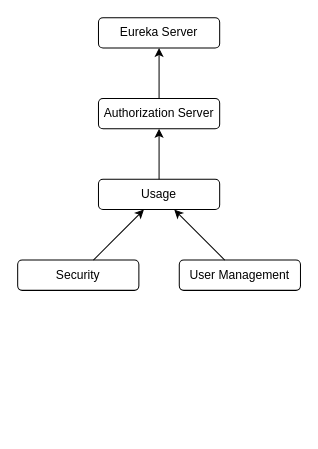
Above: docs/startup-order.drawio in fx89/acct (draw.io), before the change. Source tidied: cells renumbered, new cells numbered last; positions are measured from the earlier drawing's top-left corner, leaving out a move shared by most shapes. Both pictures are drawn from the tidied source at 101%, with x=0, y=0 at pixel (17, 17).
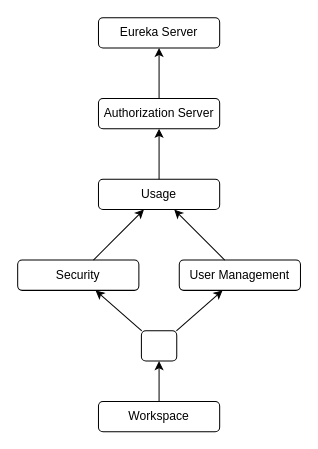
The same page after the edit.

Diff of the diagram source:
```diff
@@
 <mxGraphModel>
   <root>
     <mxCell id="0" />
     <mxCell id="1" parent="0" />
     <mxCell id="2" value="Eureka Server" style="rounded=1;whiteSpace=wrap;html=1;" parent="1" vertex="1">
       <mxGeometry x="80" width="120" height="30" as="geometry" />
     </mxCell>
     <mxCell id="3" value="Authorization Server" style="rounded=1;whiteSpace=wrap;html=1;" parent="1" vertex="1">
       <mxGeometry x="80" y="80" width="120" height="30" as="geometry" />
     </mxCell>
     <mxCell id="4" value="Usage" style="rounded=1;whiteSpace=wrap;html=1;" parent="1" vertex="1">
       <mxGeometry x="80" y="160" width="120" height="30" as="geometry" />
     </mxCell>
     <mxCell id="5" value="Security" style="rounded=1;whiteSpace=wrap;html=1;" parent="1" vertex="1">
       <mxGeometry y="240" width="120" height="30" as="geometry" />
     </mxCell>
     <mxCell id="6" value="User Management" style="rounded=1;whiteSpace=wrap;html=1;" parent="1" vertex="1">
       <mxGeometry x="160" y="240" width="120" height="30" as="geometry" />
     </mxCell>
     <mxCell id="7" style="endArrow=classic;html=1;rounded=0;" parent="1" edge="1" source="5" target="4">
       <mxGeometry relative="1" as="geometry" />
     </mxCell>
     <mxCell id="8" style="endArrow=classic;html=1;rounded=0;" parent="1" edge="1" source="6" target="4">
       <mxGeometry relative="1" as="geometry" />
     </mxCell>
     <mxCell id="9" style="endArrow=classic;html=1;rounded=0;" parent="1" edge="1" source="4" target="3">
       <mxGeometry relative="1" as="geometry" />
     </mxCell>
     <mxCell id="10" style="endArrow=classic;html=1;rounded=0;" parent="1" edge="1" source="3" target="2">
       <mxGeometry relative="1" as="geometry" />
     </mxCell>
+    <mxCell id="11" value="Workspace" style="rounded=1;whiteSpace=wrap;html=1;" parent="1" vertex="1">
+      <mxGeometry x="80" y="380" width="120" height="30" as="geometry" />
+    </mxCell>
+    <mxCell id="12" style="endArrow=classic;html=1;rounded=0;" parent="1" edge="1" source="13" target="5">
+      <mxGeometry relative="1" as="geometry" />
+    </mxCell>
+    <mxCell id="13" style="rounded=1;whiteSpace=wrap;html=1;" parent="1" vertex="1">
+      <mxGeometry x="122.5" y="310" width="35" height="30" as="geometry" />
+    </mxCell>
+    <mxCell id="14" style="endArrow=classic;html=1;rounded=0;" parent="1" edge="1" source="13" target="6">
+      <mxGeometry relative="1" as="geometry" />
+    </mxCell>
+    <mxCell id="15" style="endArrow=classic;html=1;rounded=0;" parent="1" edge="1" source="11" target="13">
+      <mxGeometry relative="1" as="geometry" />
+    </mxCell>
   </root>
 </mxGraphModel>
```
